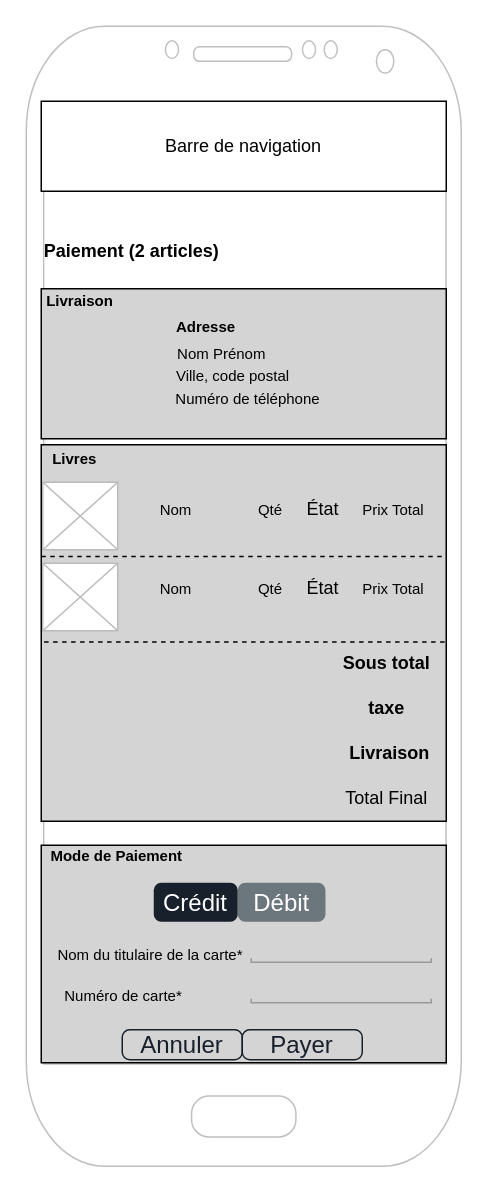
Above: org/diagrammes/wireframes/paiement/mobile.drawio in Feelschevreuil/vlisside-Survivor (draw.io), before the change. Source tidied: cells renumbered, new cells numbered last; positions are measured from the earlier drawing's top-left corner, leaving out a move shared by most shapes. Both pictures are drawn from the tidied source at 150%, with x=0, y=0 at pixel (26, 26).
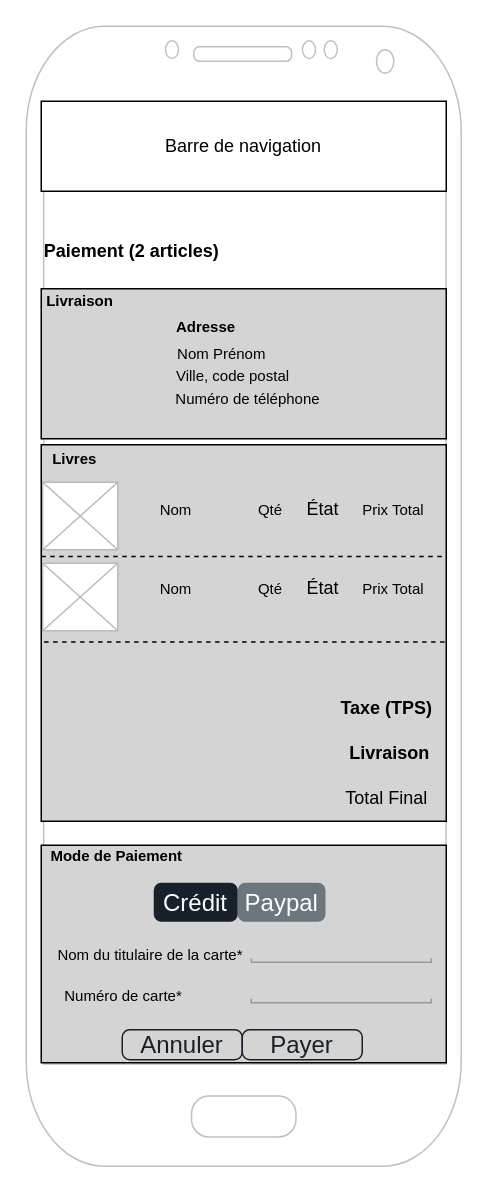
Above is the later version.

What changed in the source:
```diff
@@
-    <mxCell id="25" value="Débit" style="html=1;shadow=0;dashed=0;shape=mxgraph.bootstrap.rrect;rSize=5;strokeColor=none;strokeWidth=1;fillColor=#6C767D;fontColor=#FFFFFF;whiteSpace=wrap;align=center;verticalAlign=middle;spacingLeft=0;fontStyle=0;fontSize=16;spacing=5;" parent="1" vertex="1">
+    <mxCell id="25" value="Paypal" style="html=1;shadow=0;dashed=0;shape=mxgraph.bootstrap.rrect;rSize=5;strokeColor=none;strokeWidth=1;fillColor=#6C767D;fontColor=#FFFFFF;whiteSpace=wrap;align=center;verticalAlign=middle;spacingLeft=0;fontStyle=0;fontSize=16;spacing=5;" parent="1" vertex="1">
       <mxGeometry x="141" y="571" width="58.5" height="26" as="geometry" />
     </mxCell>
@@
-    <mxCell id="36" value="&lt;b&gt;Sous total&lt;/b&gt;" style="text;html=1;align=center;verticalAlign=middle;strokeColor=none;fillColor=none;" parent="1" vertex="1">
-      <mxGeometry x="200" y="410" width="80" height="30" as="geometry" />
-    </mxCell>
-    <mxCell id="37" value="&lt;b&gt;taxe&lt;/b&gt;" style="text;html=1;align=center;verticalAlign=middle;strokeColor=none;fillColor=none;" parent="1" vertex="1">
-      <mxGeometry x="215" y="440" width="50" height="30" as="geometry" />
+    <mxCell id="37" value="&lt;b&gt;Taxe (TPS)&lt;/b&gt;" style="text;html=1;align=center;verticalAlign=middle;strokeColor=none;fillColor=none;" parent="1" vertex="1">
+      <mxGeometry x="200" y="440" width="80" height="30" as="geometry" />
     </mxCell>
```
